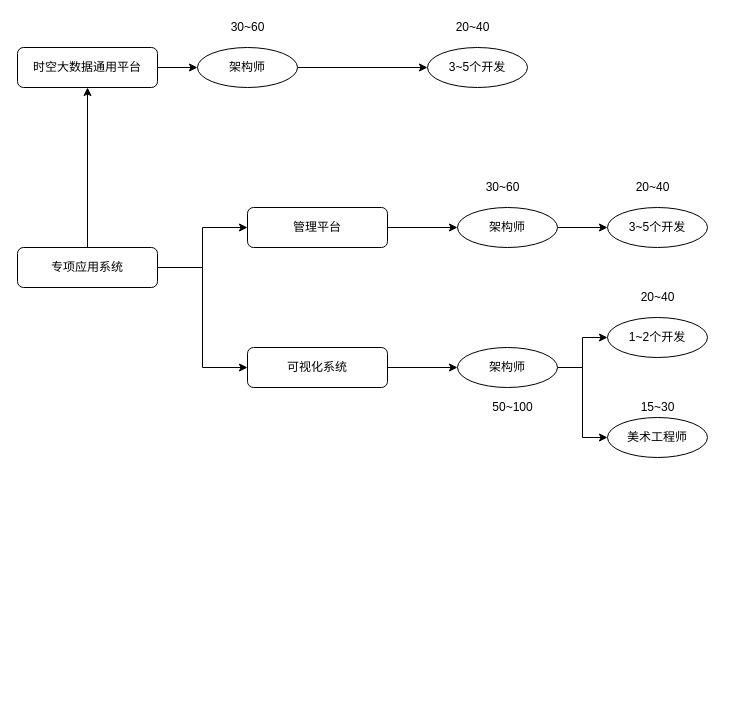
gaochaowyq/MinderGraph keeps this draw.io diagram as 人员构成.drawio. Above is the earlier version. Source tidied: cells renumbered, new cells numbered last; positions are measured from the earlier drawing's top-left corner, leaving out a move shared by most shapes. Both pictures are drawn from the tidied source at 100%, with x=0, y=0 at pixel (17, 17).
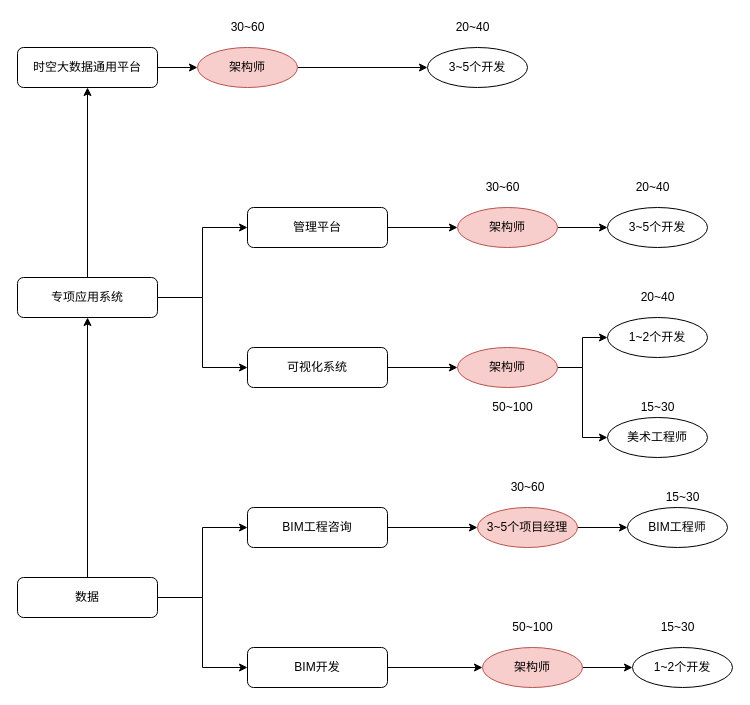
The same page after the edit.

What changed in the source:
```diff
@@
     <mxCell id="7" value="专项应用系统" style="rounded=1;whiteSpace=wrap;html=1;" parent="1" vertex="1">
-      <mxGeometry y="230" width="140" height="40" as="geometry" />
+      <mxGeometry y="260" width="140" height="40" as="geometry" />
     </mxCell>
@@
-    <mxCell id="13" value="架构师" style="ellipse;whiteSpace=wrap;html=1;" parent="1" vertex="1">
+    <mxCell id="13" value="架构师" style="ellipse;whiteSpace=wrap;html=1;fillColor=#f8cecc;strokeColor=#b85450;" parent="1" vertex="1">
       <mxGeometry x="180" y="30" width="100" height="40" as="geometry" />
     </mxCell>
@@
-    <mxCell id="16" value="架构师" style="ellipse;whiteSpace=wrap;html=1;" parent="1" vertex="1">
+    <mxCell id="16" value="架构师" style="ellipse;whiteSpace=wrap;html=1;fillColor=#f8cecc;strokeColor=#b85450;" parent="1" vertex="1">
       <mxGeometry x="440" y="190" width="100" height="40" as="geometry" />
     </mxCell>
@@
-    <mxCell id="20" value="架构师" style="ellipse;whiteSpace=wrap;html=1;" parent="1" vertex="1">
+    <mxCell id="20" value="架构师" style="ellipse;whiteSpace=wrap;html=1;fillColor=#f8cecc;strokeColor=#b85450;" parent="1" vertex="1">
       <mxGeometry x="440" y="330" width="100" height="40" as="geometry" />
     </mxCell>
@@
+    <mxCell id="30" style="edgeStyle=orthogonalEdgeStyle;rounded=0;jettySize=auto;html=1;" parent="1" edge="1" source="33" target="7">
+      <mxGeometry relative="1" as="geometry" />
+    </mxCell>
+    <mxCell id="31" style="edgeStyle=orthogonalEdgeStyle;rounded=0;jettySize=auto;html=1;entryX=0;entryY=0.5;entryDx=0;entryDy=0;" parent="1" edge="1" source="33" target="35">
+      <mxGeometry relative="1" as="geometry" />
+    </mxCell>
+    <mxCell id="32" style="edgeStyle=orthogonalEdgeStyle;rounded=0;jettySize=auto;html=1;entryX=0;entryY=0.5;entryDx=0;entryDy=0;" parent="1" edge="1" source="33" target="37">
+      <mxGeometry relative="1" as="geometry" />
+    </mxCell>
+    <mxCell id="33" value="数据" style="rounded=1;whiteSpace=wrap;html=1;" parent="1" vertex="1">
+      <mxGeometry y="560" width="140" height="40" as="geometry" />
+    </mxCell>
+    <mxCell id="34" style="edgeStyle=orthogonalEdgeStyle;rounded=0;jettySize=auto;html=1;entryX=0;entryY=0.5;entryDx=0;entryDy=0;" parent="1" edge="1" source="35" target="39">
+      <mxGeometry relative="1" as="geometry" />
+    </mxCell>
+    <mxCell id="35" value="BIM工程咨询" style="rounded=1;whiteSpace=wrap;html=1;" parent="1" vertex="1">
+      <mxGeometry x="230" y="490" width="140" height="40" as="geometry" />
+    </mxCell>
+    <mxCell id="36" style="edgeStyle=orthogonalEdgeStyle;rounded=0;jettySize=auto;html=1;entryX=0;entryY=0.5;entryDx=0;entryDy=0;" parent="1" edge="1" source="37" target="44">
+      <mxGeometry relative="1" as="geometry" />
+    </mxCell>
+    <mxCell id="37" value="BIM开发" style="rounded=1;whiteSpace=wrap;html=1;" parent="1" vertex="1">
+      <mxGeometry x="230" y="630" width="140" height="40" as="geometry" />
+    </mxCell>
+    <mxCell id="38" style="edgeStyle=orthogonalEdgeStyle;rounded=0;jettySize=auto;html=1;" parent="1" edge="1" source="39" target="40">
+      <mxGeometry relative="1" as="geometry" />
+    </mxCell>
+    <mxCell id="39" value="3~5个项目经理" style="ellipse;whiteSpace=wrap;html=1;fillColor=#f8cecc;strokeColor=#b85450;" parent="1" vertex="1">
+      <mxGeometry x="460" y="490" width="100" height="40" as="geometry" />
+    </mxCell>
+    <mxCell id="40" value="BIM工程师" style="ellipse;whiteSpace=wrap;html=1;" parent="1" vertex="1">
+      <mxGeometry x="610" y="490" width="100" height="40" as="geometry" />
+    </mxCell>
+    <mxCell id="41" value="30~60" style="text;html=1;align=center;verticalAlign=middle;strokeColor=none;" parent="1" vertex="1">
+      <mxGeometry x="485" y="460" width="50" height="20" as="geometry" />
+    </mxCell>
+    <mxCell id="42" value="15~30" style="text;html=1;align=center;verticalAlign=middle;strokeColor=none;" parent="1" vertex="1">
+      <mxGeometry x="640" y="470" width="50" height="20" as="geometry" />
+    </mxCell>
+    <mxCell id="43" style="edgeStyle=orthogonalEdgeStyle;rounded=0;jettySize=auto;html=1;entryX=0;entryY=0.5;entryDx=0;entryDy=0;" parent="1" edge="1" source="44" target="46">
+      <mxGeometry relative="1" as="geometry" />
+    </mxCell>
+    <mxCell id="44" value="架构师" style="ellipse;whiteSpace=wrap;html=1;fillColor=#f8cecc;strokeColor=#b85450;" parent="1" vertex="1">
+      <mxGeometry x="465" y="630" width="100" height="40" as="geometry" />
+    </mxCell>
+    <mxCell id="45" value="50~100" style="text;html=1;align=center;verticalAlign=middle;strokeColor=none;" parent="1" vertex="1">
+      <mxGeometry x="485" y="600" width="60" height="20" as="geometry" />
+    </mxCell>
+    <mxCell id="46" value="1~2个开发" style="ellipse;whiteSpace=wrap;html=1;" parent="1" vertex="1">
+      <mxGeometry x="615" y="630" width="100" height="40" as="geometry" />
+    </mxCell>
+    <mxCell id="47" value="15~30" style="text;html=1;align=center;verticalAlign=middle;strokeColor=none;" parent="1" vertex="1">
+      <mxGeometry x="635" y="600" width="50" height="20" as="geometry" />
+    </mxCell>
```
